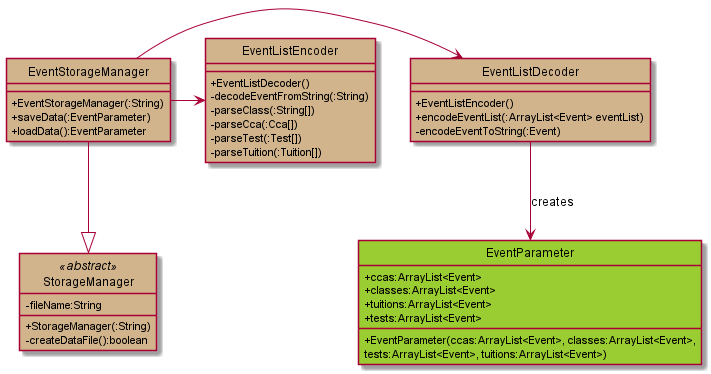
Earlier version of the PlantUML export docs/diagram/EventStorageManager.png (untitle4/tp).
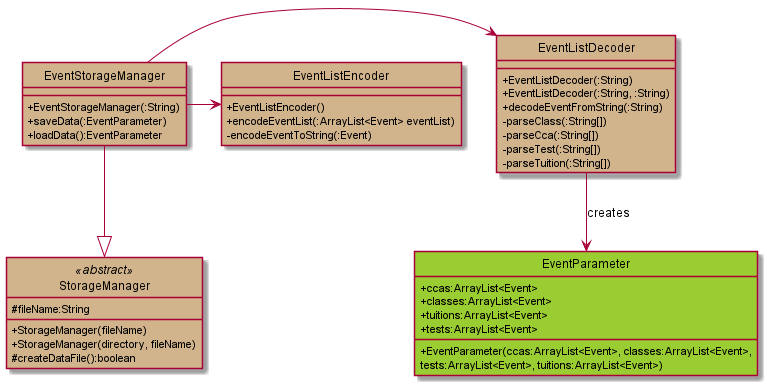
Above is the later version.

Change to the diagram source:
```diff
@@ -3,9 +3,10 @@
 skinparam classAttributeIconSize 0
 
 class StorageManager <<abstract>> #Tan {
-    - fileName:String
-    + StorageManager(:String)
-    - createDataFile():boolean
+    # fileName:String
+    + StorageManager(fileName)
+    + StorageManager(directory, fileName)
+    # createDataFile():boolean
 }
 
 class EventStorageManager #Tan {
@@ -17,20 +18,21 @@
 EventStorageManager --|> StorageManager
 
 class EventListDecoder #Tan {
-    + EventListEncoder()
-    + encodeEventList(:ArrayList<Event> eventList)
-    - encodeEventToString(:Event)
+     + EventListDecoder(:String)
+     + EventListDecoder(:String, :String)
+     + decodeEventFromString(:String)
+     - parseClass(:String[])
+     - parseCca(:String[])
+     - parseTest(:String[])
+     - parseTuition(:String[])
 }
 
 EventStorageManager -> EventListDecoder
 
 class EventListEncoder #Tan {
-    + EventListDecoder()
-    - decodeEventFromString(:String)
-    - parseClass(:String[])
-    - parseCca(:Cca[])
-    - parseTest(:Test[])
-    - parseTuition(:Tuition[])
+    + EventListEncoder()
+    + encodeEventList(:ArrayList<Event> eventList)
+    - encodeEventToString(:Event)
 }
 
 EventStorageManager -> EventListEncoder
```
